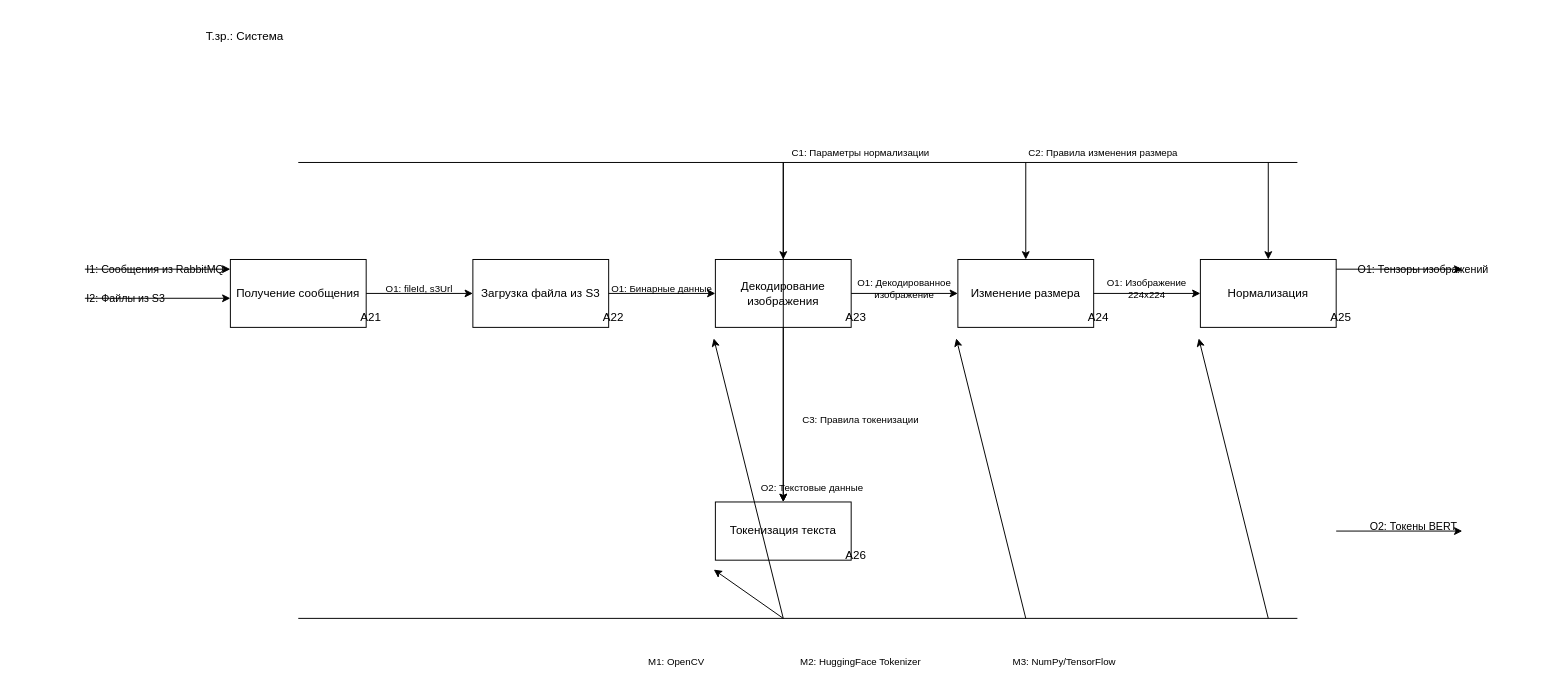
This is diagrams-codes/IDEF0_A2_DECOMPOSITION.drawio from Edisheri/system-engineering-playbook, a draw.io file, before an edit. Source tidied: cells renumbered, new cells numbered last; positions are measured from the earlier drawing's top-left corner, leaving out a move shared by most shapes. Both pictures are drawn from the tidied source at 97%, with x=0, y=0 at pixel (84, 16).
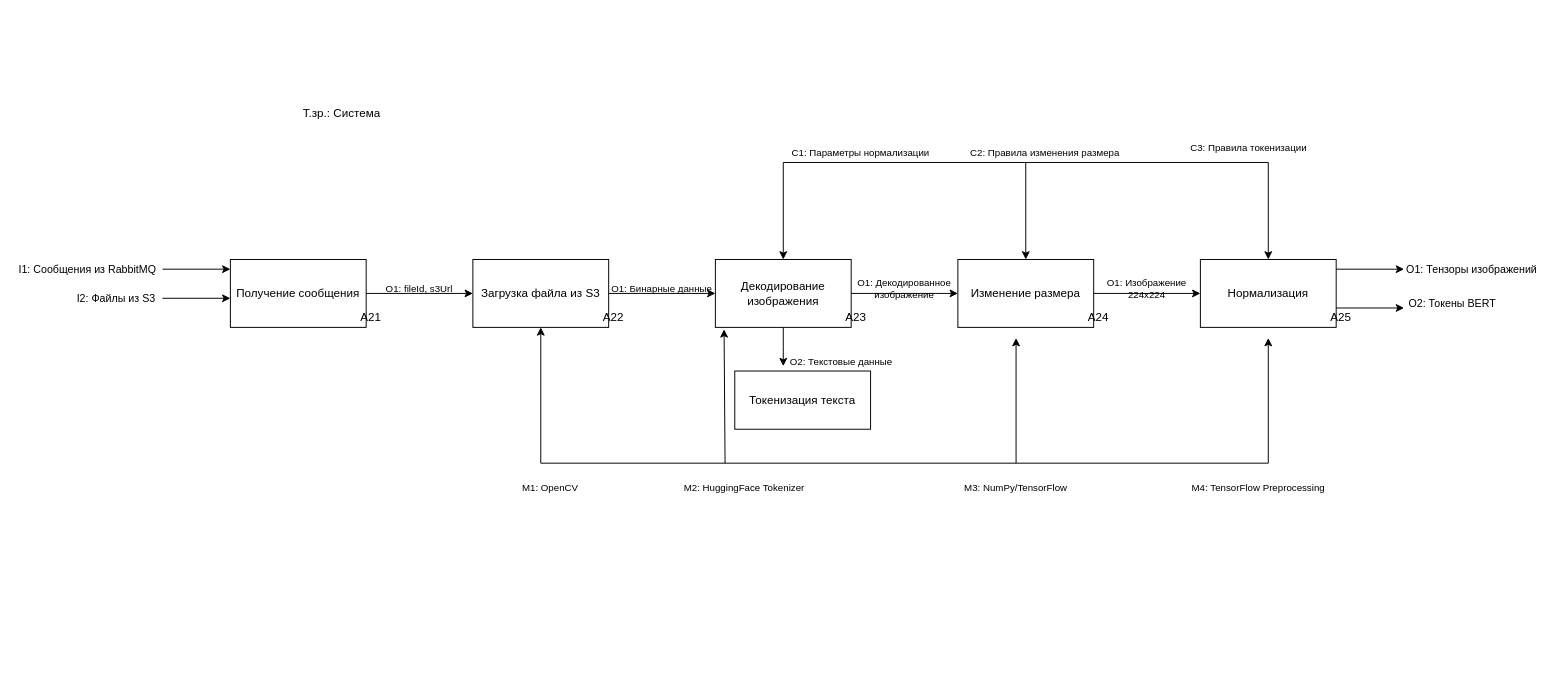
The same diagram, later.

Unchanged cells that the change refers to:
```xml
<mxCell id="4" value="Загрузка файла из S3" style="rounded=0;whiteSpace=wrap;html=1;" parent="1" vertex="1">
  <mxGeometry x="400" y="250" width="140" height="70" as="geometry" />
</mxCell>
<mxCell id="6" value="Декодирование изображения" style="rounded=0;whiteSpace=wrap;html=1;" parent="1" vertex="1">
  <mxGeometry x="650" y="250" width="140" height="70" as="geometry" />
</mxCell>
<mxCell id="8" value="Изменение размера" style="rounded=0;whiteSpace=wrap;html=1;" parent="1" vertex="1">
  <mxGeometry x="900" y="250" width="140" height="70" as="geometry" />
</mxCell>
<mxCell id="10" value="Нормализация" style="rounded=0;whiteSpace=wrap;html=1;" parent="1" vertex="1">
  <mxGeometry x="1150" y="250" width="140" height="70" as="geometry" />
</mxCell>
<mxCell id="37" value="C1: Параметры нормализации" style="text;html=1;align=center;verticalAlign=middle;whiteSpace=wrap;rounded=0;fontSize=10;" parent="1" vertex="1">
  <mxGeometry x="720" y="120" width="160" height="40" as="geometry" />
</mxCell>
```

Diff of the diagram source:
```diff
@@
-    <mxCell id="12" value="Токенизация текста" style="rounded=0;whiteSpace=wrap;html=1;" parent="1" vertex="1">
-      <mxGeometry x="650" y="500" width="140" height="60" as="geometry" />
-    </mxCell>
-    <mxCell id="13" value="A26" style="text;html=1;align=center;verticalAlign=middle;whiteSpace=wrap;rounded=0;" parent="1" vertex="1">
-      <mxGeometry x="770" y="540" width="50" height="30" as="geometry" />
-    </mxCell>
     <mxCell id="14" style="endArrow=classic;html=1;rounded=0;" parent="1" edge="1">
       <mxGeometry relative="1" as="geometry">
-        <mxPoint y="260" as="sourcePoint" />
+        <mxPoint x="80" y="260" as="sourcePoint" />
         <mxPoint x="150" y="260" as="targetPoint" />
       </mxGeometry>
     </mxCell>
     <mxCell id="15" value="I1: Сообщения из RabbitMQ" style="text;html=1;align=left;verticalAlign=middle;whiteSpace=wrap;rounded=0;fontSize=11;" parent="1" vertex="1">
-      <mxGeometry y="240" width="180" height="40" as="geometry" />
+      <mxGeometry x="-70" y="240" width="180" height="40" as="geometry" />
     </mxCell>
     <mxCell id="16" style="endArrow=classic;html=1;rounded=0;" parent="1" edge="1">
       <mxGeometry relative="1" as="geometry">
-        <mxPoint y="290" as="sourcePoint" />
+        <mxPoint x="80" y="290" as="sourcePoint" />
         <mxPoint x="150" y="290" as="targetPoint" />
       </mxGeometry>
     </mxCell>
     <mxCell id="17" value="I2: Файлы из S3" style="text;html=1;align=left;verticalAlign=middle;whiteSpace=wrap;rounded=0;fontSize=11;" parent="1" vertex="1">
-      <mxGeometry y="270" width="150" height="40" as="geometry" />
+      <mxGeometry x="-10" y="270" width="150" height="40" as="geometry" />
     </mxCell>
@@
-    <mxCell id="26" style="edgeStyle=orthogonalEdgeStyle;rounded=0;jettySize=auto;html=1;exitX=0.5;exitY=1;exitDx=0;exitDy=0;entryX=0.5;entryY=0;entryDx=0;entryDy=0;" parent="1" edge="1" source="6" target="12">
-      <mxGeometry relative="1" as="geometry" />
+    <mxCell id="26" style="edgeStyle=orthogonalEdgeStyle;rounded=0;jettySize=auto;html=1;exitX=0.5;exitY=1;exitDx=0;exitDy=0;" parent="1" edge="1" source="6">
+      <mxGeometry relative="1" as="geometry">
+        <mxPoint x="720" y="360" as="targetPoint" />
+      </mxGeometry>
     </mxCell>
-    <mxCell id="27" value="O2: Текстовые данные" style="text;html=1;align=center;verticalAlign=middle;whiteSpace=wrap;rounded=0;fontSize=10;" parent="1" vertex="1">
-      <mxGeometry x="690" y="470" width="120" height="30" as="geometry" />
-    </mxCell>
     <mxCell id="28" style="endArrow=classic;html=1;rounded=0;" parent="1" edge="1">
       <mxGeometry relative="1" as="geometry">
         <mxPoint x="1290" y="260" as="sourcePoint" />
-        <mxPoint x="1420" y="260" as="targetPoint" />
+        <mxPoint x="1360" y="260" as="targetPoint" />
       </mxGeometry>
     </mxCell>
     <mxCell id="29" value="O1: Тензоры изображений" style="text;html=1;align=center;verticalAlign=middle;whiteSpace=wrap;rounded=0;fontSize=11;" parent="1" vertex="1">
-      <mxGeometry x="1300" y="240" width="160" height="40" as="geometry" />
+      <mxGeometry x="1350" y="240" width="160" height="40" as="geometry" />
     </mxCell>
     <mxCell id="30" style="endArrow=classic;html=1;rounded=0;" parent="1" edge="1">
       <mxGeometry relative="1" as="geometry">
-        <mxPoint x="1290" y="530" as="sourcePoint" />
-        <mxPoint x="1420" y="530" as="targetPoint" />
+        <mxPoint x="1290" y="300" as="sourcePoint" />
+        <mxPoint x="1360" y="300" as="targetPoint" />
       </mxGeometry>
     </mxCell>
     <mxCell id="31" value="O2: Токены BERT" style="text;html=1;align=center;verticalAlign=middle;whiteSpace=wrap;rounded=0;fontSize=11;" parent="1" vertex="1">
-      <mxGeometry x="1300" y="510" width="140" height="30" as="geometry" />
+      <mxGeometry x="1340" y="280" width="140" height="30" as="geometry" />
     </mxCell>
-    <mxCell id="32" style="endArrow=none;html=1;rounded=0;" parent="1" edge="1">
+    <mxCell id="32" style="endArrow=none;html=1;rounded=0;exitX=0;exitY=0.75;exitDx=0;exitDy=0;" parent="1" edge="1" source="37">
       <mxGeometry relative="1" as="geometry">
-        <mxPoint x="220" y="150" as="sourcePoint" />
-        <mxPoint x="1250" y="150" as="targetPoint" />
+        <mxPoint x="1220" y="150" as="targetPoint" />
       </mxGeometry>
     </mxCell>
@@
-    <mxCell id="36" style="endArrow=classic;html=1;rounded=0;entryX=0.5;entryY=0;entryDx=0;entryDy=0;" parent="1" edge="1" target="12">
-      <mxGeometry relative="1" as="geometry">
-        <mxPoint x="720" y="150" as="sourcePoint" />
-      </mxGeometry>
-    </mxCell>
@@
     <mxCell id="38" value="C2: Правила изменения размера" style="text;html=1;align=center;verticalAlign=middle;whiteSpace=wrap;rounded=0;fontSize=10;" parent="1" vertex="1">
-      <mxGeometry x="970" y="120" width="160" height="40" as="geometry" />
+      <mxGeometry x="910" y="120" width="160" height="40" as="geometry" />
     </mxCell>
     <mxCell id="39" value="C3: Правила токенизации" style="text;html=1;align=center;verticalAlign=middle;whiteSpace=wrap;rounded=0;fontSize=10;" parent="1" vertex="1">
-      <mxGeometry x="720" y="400" width="160" height="30" as="geometry" />
+      <mxGeometry x="1120" y="120" width="160" height="30" as="geometry" />
     </mxCell>
     <mxCell id="40" style="endArrow=none;html=1;rounded=0;" parent="1" edge="1">
       <mxGeometry relative="1" as="geometry">
-        <mxPoint x="220" y="620" as="sourcePoint" />
-        <mxPoint x="1250" y="620" as="targetPoint" />
+        <mxPoint x="470" y="460" as="sourcePoint" />
+        <mxPoint x="1220" y="460" as="targetPoint" />
       </mxGeometry>
     </mxCell>
-    <mxCell id="41" style="endArrow=classic;html=1;rounded=0;entryX=-0.012;entryY=1.162;entryDx=0;entryDy=0;entryPerimeter=0;" parent="1" edge="1" target="6">
+    <mxCell id="41" style="endArrow=classic;html=1;rounded=0;entryX=0.064;entryY=1.029;entryDx=0;entryDy=0;entryPerimeter=0;" parent="1" edge="1" target="6">
       <mxGeometry relative="1" as="geometry">
-        <mxPoint x="720" y="620" as="sourcePoint" />
+        <mxPoint x="660" y="460" as="sourcePoint" />
       </mxGeometry>
     </mxCell>
-    <mxCell id="42" style="endArrow=classic;html=1;rounded=0;entryX=-0.012;entryY=1.162;entryDx=0;entryDy=0;entryPerimeter=0;" parent="1" edge="1" target="8">
+    <mxCell id="42" style="endArrow=classic;html=1;rounded=0;" parent="1" edge="1">
       <mxGeometry relative="1" as="geometry">
-        <mxPoint x="970" y="620" as="sourcePoint" />
+        <mxPoint x="960" y="460" as="sourcePoint" />
+        <mxPoint x="960" y="331" as="targetPoint" />
       </mxGeometry>
     </mxCell>
-    <mxCell id="43" style="endArrow=classic;html=1;rounded=0;entryX=-0.012;entryY=1.162;entryDx=0;entryDy=0;entryPerimeter=0;" parent="1" edge="1" target="10">
+    <mxCell id="43" style="endArrow=classic;html=1;rounded=0;" parent="1" edge="1">
       <mxGeometry relative="1" as="geometry">
-        <mxPoint x="1220" y="620" as="sourcePoint" />
+        <mxPoint x="1220" y="460" as="sourcePoint" />
+        <mxPoint x="1220" y="331" as="targetPoint" />
       </mxGeometry>
     </mxCell>
-    <mxCell id="44" style="endArrow=classic;html=1;rounded=0;entryX=-0.012;entryY=1.162;entryDx=0;entryDy=0;entryPerimeter=0;" parent="1" edge="1" target="12">
+    <mxCell id="44" style="endArrow=classic;html=1;rounded=0;entryX=0.5;entryY=1;entryDx=0;entryDy=0;" parent="1" edge="1" target="4">
       <mxGeometry relative="1" as="geometry">
-        <mxPoint x="720" y="620" as="sourcePoint" />
+        <mxPoint x="470" y="460" as="sourcePoint" />
       </mxGeometry>
     </mxCell>
     <mxCell id="45" value="M1: OpenCV" style="text;html=1;align=center;verticalAlign=middle;whiteSpace=wrap;rounded=0;fontSize=10;" parent="1" vertex="1">
-      <mxGeometry x="550" y="650" width="120" height="30" as="geometry" />
+      <mxGeometry x="420" y="470" width="120" height="30" as="geometry" />
     </mxCell>
     <mxCell id="46" value="M2: HuggingFace Tokenizer" style="text;html=1;align=center;verticalAlign=middle;whiteSpace=wrap;rounded=0;fontSize=10;" parent="1" vertex="1">
-      <mxGeometry x="700" y="650" width="200" height="30" as="geometry" />
+      <mxGeometry x="580" y="470" width="200" height="30" as="geometry" />
     </mxCell>
     <mxCell id="47" value="M3: NumPy/TensorFlow" style="text;html=1;align=center;verticalAlign=middle;whiteSpace=wrap;rounded=0;fontSize=10;" parent="1" vertex="1">
-      <mxGeometry x="930" y="650" width="160" height="30" as="geometry" />
+      <mxGeometry x="880" y="470" width="160" height="30" as="geometry" />
     </mxCell>
     <mxCell id="48" value="Т.зр.: Система" style="text;html=1;align=center;verticalAlign=middle;whiteSpace=wrap;rounded=0;" parent="1" vertex="1">
-      <mxGeometry x="100" width="130" height="40" as="geometry" />
+      <mxGeometry x="200" y="80" width="130" height="40" as="geometry" />
     </mxCell>
+    <mxCell id="12" value="Токенизация текста" style="rounded=0;whiteSpace=wrap;html=1;" parent="1" vertex="1">
+      <mxGeometry x="670" y="365" width="140" height="60" as="geometry" />
+    </mxCell>
+    <mxCell id="27" value="O2: Текстовые данные" style="text;html=1;align=center;verticalAlign=middle;whiteSpace=wrap;rounded=0;fontSize=10;" parent="1" vertex="1">
+      <mxGeometry x="720" y="340" width="120" height="30" as="geometry" />
+    </mxCell>
+    <mxCell id="49" value="M4:&amp;nbsp;TensorFlow Preprocessing" style="text;html=1;align=center;verticalAlign=middle;whiteSpace=wrap;rounded=0;fontSize=10;" parent="1" vertex="1">
+      <mxGeometry x="1130" y="470" width="160" height="30" as="geometry" />
+    </mxCell>
```
